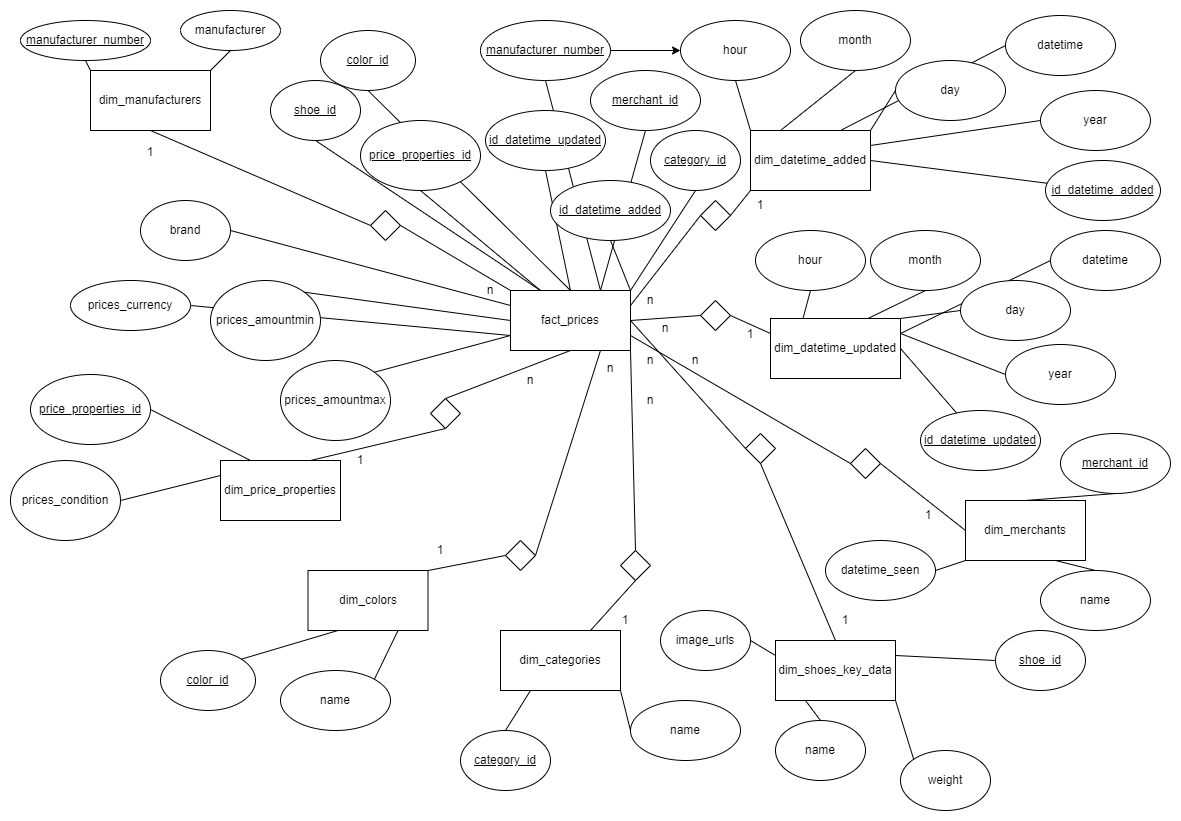
MartinTomaszewski/Tabular_Playground_August keeps this draw.io diagram as Hendrik/Meilenstein 1/pictures/6a.png. Above is the earlier version. Source tidied: cells renumbered, new cells last; positions are measured from the earlier drawing's top-left corner, leaving out a move shared by most shapes.
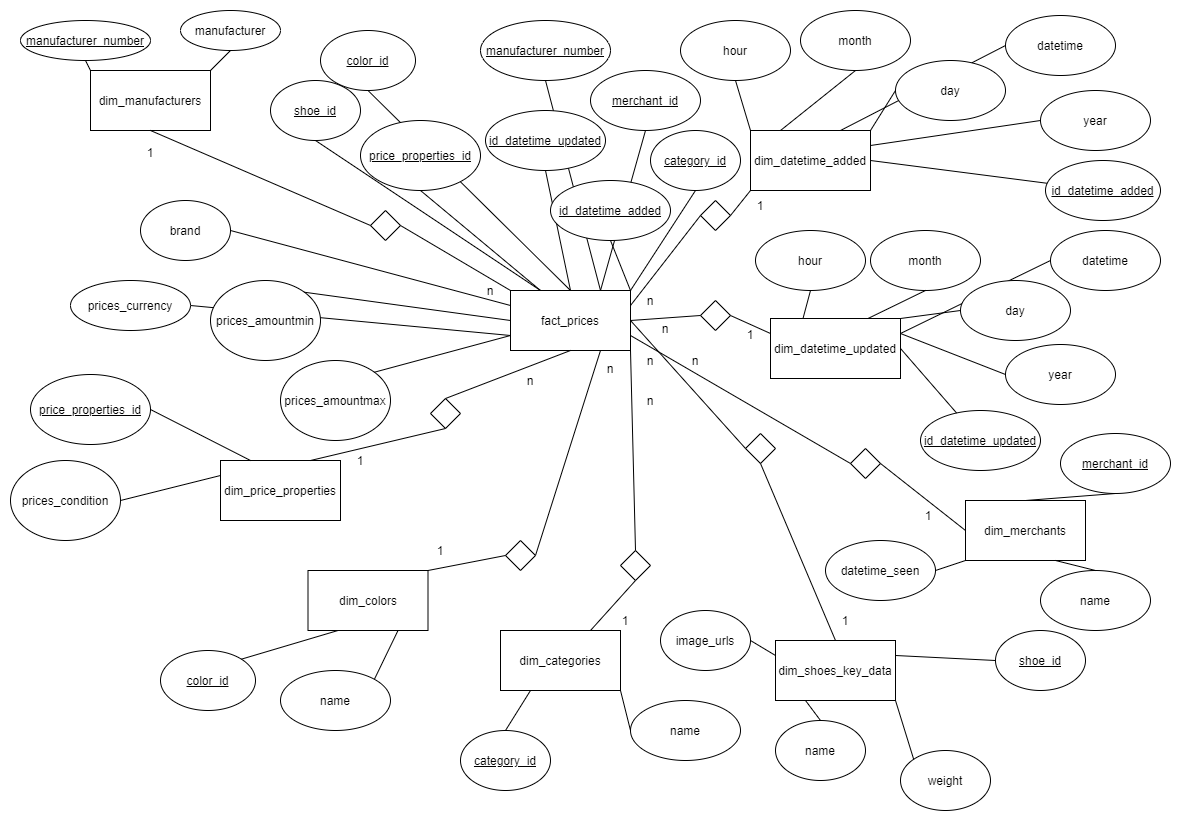
The same file after the commit.

The edit, as a diff of the source:
```diff
@@ -77,9 +77,6 @@
     <mxCell id="26" style="endArrow=none;html=1;entryX=0;entryY=0.25;entryDx=0;entryDy=0;exitX=1;exitY=0.5;exitDx=0;exitDy=0;" parent="1" edge="1" source="25" target="10">
       <mxGeometry relative="1" as="geometry" />
     </mxCell>
-    <mxCell id="27" style="edgeStyle=orthogonalEdgeStyle;rounded=0;jettySize=auto;html=1;" parent="1" edge="1" source="28" target="53">
-      <mxGeometry relative="1" as="geometry" />
-    </mxCell>
     <mxCell id="28" value="&lt;u&gt;manufacturer_number&lt;/u&gt;" style="ellipse;whiteSpace=wrap;html=1;" parent="1" vertex="1">
       <mxGeometry x="470" y="10" width="130" height="60" as="geometry" />
     </mxCell>
```
